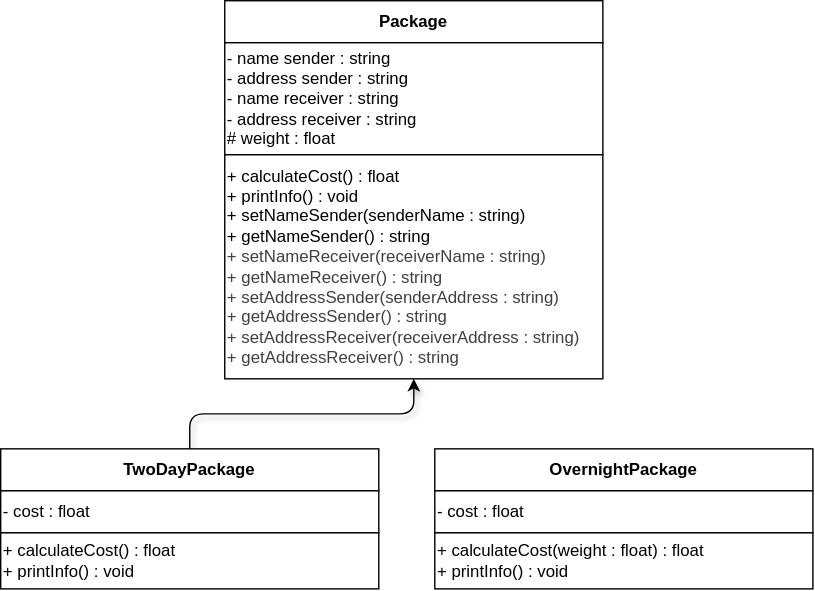
Before: inheritance.drawio.svg, a diagram exported from draw.io (Zico135/Assignment_2). Source tidied: cells renumbered, new cells last; positions are measured from the earlier drawing's top-left corner, leaving out a move shared by most shapes.
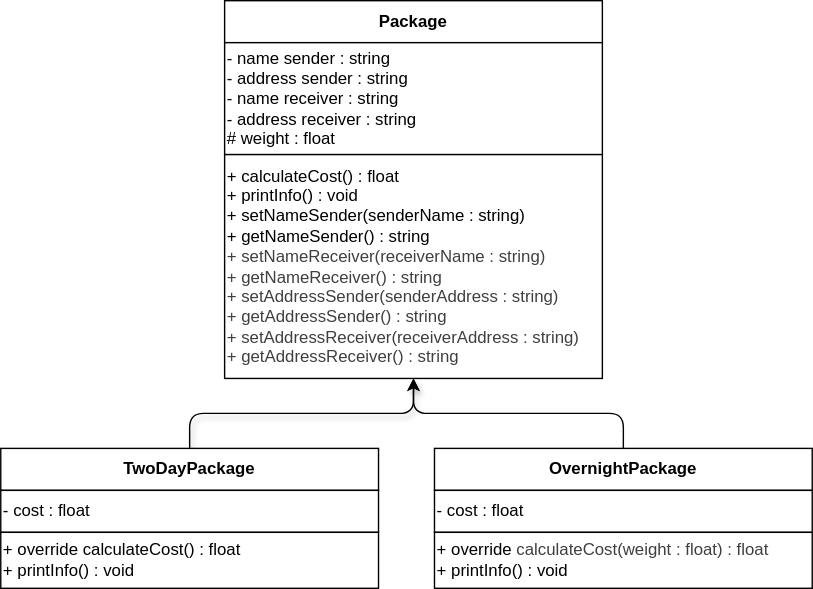
After the change.

What changed in the source:
```diff
@@ -23,16 +23,19 @@
     <mxCell id="8" value="- cost : float" style="whiteSpace=wrap;html=1;align=left;" parent="1" vertex="1">
       <mxGeometry y="350" width="270" height="30" as="geometry" />
     </mxCell>
-    <mxCell id="9" value="+ calculateCost() : float&lt;div&gt;+ printInfo() : void&lt;/div&gt;" style="whiteSpace=wrap;html=1;align=left;" parent="1" vertex="1">
+    <mxCell id="9" value="+ override calculateCost() : float&lt;div&gt;+ printInfo() : void&lt;/div&gt;" style="whiteSpace=wrap;html=1;align=left;" parent="1" vertex="1">
       <mxGeometry y="380" width="270" height="40" as="geometry" />
     </mxCell>
+    <mxCell id="13" style="edgeStyle=orthogonalEdgeStyle;html=1;exitX=0.5;exitY=0;exitDx=0;exitDy=0;entryX=0.5;entryY=1;entryDx=0;entryDy=0;" parent="1" edge="1" source="10" target="5">
+      <mxGeometry relative="1" as="geometry" />
+    </mxCell>
     <mxCell id="10" value="&lt;b&gt;OvernightPackage&lt;/b&gt;" style="whiteSpace=wrap;html=1;" parent="1" vertex="1">
       <mxGeometry x="310" y="320" width="270" height="30" as="geometry" />
     </mxCell>
     <mxCell id="11" value="- cost : float" style="whiteSpace=wrap;html=1;align=left;" parent="1" vertex="1">
       <mxGeometry x="310" y="350" width="270" height="30" as="geometry" />
     </mxCell>
-    <mxCell id="12" value="+ calculateCost(weight : float) : float&lt;div&gt;+ printInfo() : void&lt;/div&gt;" style="whiteSpace=wrap;html=1;align=left;" parent="1" vertex="1">
+    <mxCell id="12" value="+ override&amp;nbsp;&lt;span style=&quot;color: rgb(63, 63, 63); background-color: transparent;&quot;&gt;calculateCost(weight : float) : float&lt;/span&gt;&lt;div&gt;&lt;div&gt;+ printInfo() : void&lt;/div&gt;&lt;/div&gt;" style="whiteSpace=wrap;html=1;align=left;" parent="1" vertex="1">
       <mxGeometry x="310" y="380" width="270" height="40" as="geometry" />
     </mxCell>
   </root>
```
